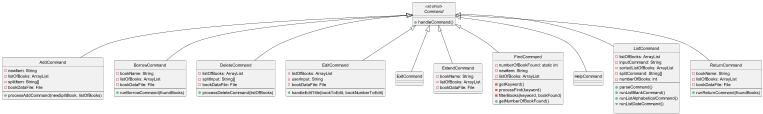
The PlantUML diagram docs/images/CommandComponentClassDiagram.png in kirangeofran/tp, before a commit.
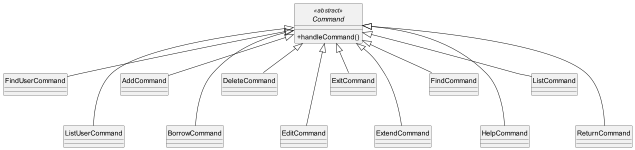
The same diagram one commit later.

Commit message:
Fix Command Component Class Diagram

Change to the diagram source:
```diff
@@ -3,41 +3,28 @@
 
 hide circle
 
+skinparam classAttributeIconSize 0
+
 abstract Class Command <<abstract>> {
     + handleCommand()
 }
 
+Class FindUserCommand{
+}
+
+Class ListUserCommand {
+}
+
 Class AddCommand {
-    - newItem: String
-    - listOfBooks: ArrayList
-    - splitItem: String[]
-    - bookDataFile: File
-    --
-    + processAddCommand(newSplitBook, listOfBooks)
 }
 
 Class BorrowCommand {
-    - bookName: String
-    - listOfBooks: ArrayList
-    - bookDataFile: File
-    --
-    + runBorrowCommand(foundBooks)
 }
 
 Class DeleteCommand {
-    - listOfBooks: ArrayList
-    - splitInput: String[]
-    - bookDataFile: File
-    --
-    + processDeleteCommand(listOfBooks)
 }
 
 Class EditCommand {
-    - listOfBooks: ArrayList
-    - userInput: String
-    - bookDataFile: File
-    --
-    + handleEditTitle(bookToEdit, bookNumberToEdit)
 }
 
 Class ExitCommand {
@@ -45,20 +32,9 @@
 }
 
 Class ExtendCommand {
-    - bookName: String
-    - listOfBooks: ArrayList
-    - bookDataFile: File
 }
 
 Class FindCommand {
-    - numberOfBookFound: static int
-    - newItem: String
-    - listOfBooks: ArrayList
-    --
-    - getKeyword()
-    - processFind(keyword)
-    - filterBooks(keyword, bookFound)
-    + getNumberOfBookFound()
 }
 
 Class HelpCommand {
@@ -66,35 +42,22 @@
 }
 
 Class ListCommand {
-    - listOfBooks: ArrayList
-    - inputCommand: String
-    - sortedListOfBooks: ArrayList
-    - splitCommand: String[]
-    - numberOfBooks: int
-    --
-    + parseCommand()
-    + runListBlankCommand()
-    + runListAlphabeticalCommand()
-    + runListDateCommand()
-
 }
 
 Class ReturnCommand {
-    - bookName: String
-    - listOfBooks: ArrayList
-    - bookDataFile: File
-    --
-    + runReturnCommand(foundBooks)
 }
 
 Command <|-- AddCommand
-Command <|-- BorrowCommand
+Command <|--- BorrowCommand
 Command <|-- DeleteCommand
-Command <|-- EditCommand
+Command <|--- EditCommand
 Command <|-- ExitCommand
-Command <|-- ExtendCommand
+Command <|--- ExtendCommand
 Command <|-- FindCommand
-Command <|-- HelpCommand
+Command <|--- HelpCommand
 Command <|-- ListCommand
-Command <|-- ReturnCommand
+Command <|--- ReturnCommand
+Command <|-- FindUserCommand
+Command <|--- ListUserCommand
+
 @enduml
```
